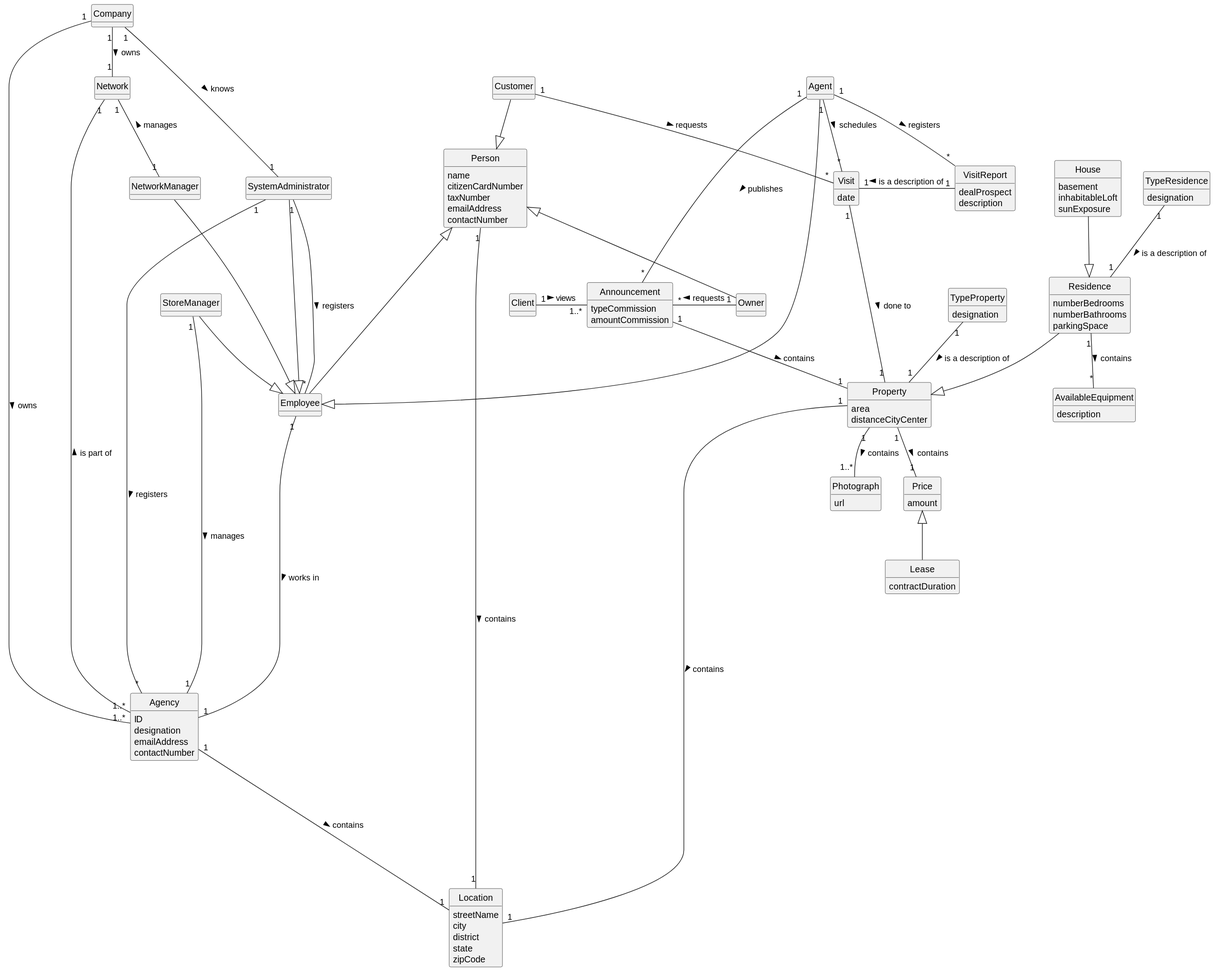
This is docs/sprintB/global-artifacts/02.analysis/svg/project-domain-model.svg from rita-barbosa/LAPR2-2223, a PlantUML export, as it was before one commit. Source of this version:
```plantuml
@startuml
skinparam monochrome true
skinparam packageStyle rectangle
skinparam shadowing false
skinparam classAttributeIconSize 0
hide circle
hide methods


class Company {
}

class SystemAdministrator {
}

class Agency {
ID
designation
emailAddress
contactNumber
}

class Employee {
}

class Person{
name
citizenCardNumber
taxNumber
emailAddress
contactNumber
}


class Owner{
}

class Customer{
}

class Agent{
}

class StoreManager{
}
class NetworkManager{
}
class Announcement{
typeCommission
amountCommission
}

class Visit{
date
}
class VisitReport{
 dealProspect
 description
}
class Property{
 area
 distanceCityCenter
}

class Residence{
 numberBedrooms
 numberBathrooms
 parkingSpace
}
class AvailableEquipment{
description
}
class House{
 basement
 inhabitableLoft
 sunExposure
}
class Network{}
class Client{
}
class TypeProperty{
designation
}
class TypeResidence{
designation
}
class Photograph{
url
}
class Location{
streetName
city
district
state
zipCode
}
class Price{
amount
}
class Lease{
contractDuration
}


Company "1" --- "1..*" Agency : owns >
Company "1" --- "1" SystemAdministrator : knows >
SystemAdministrator --|> Employee
SystemAdministrator "1" --- "*" Employee: registers >
SystemAdministrator "1" -- "*" Agency: registers >
Person  <|--  Employee
Person <|-- Owner
Customer  --|> Person
Agent  ----|> Employee
StoreManager --|> Employee
NetworkManager ---|> Employee
Agent "1" --- "*" Announcement: publishes >
Agent "1" - "*" Visit: schedules >
Customer "1" -- "*" Visit:  requests >
StoreManager "1" -- "1" Agency: manages >
NetworkManager "1" -up- "1" Network: manages >
Agency "1..*" --- "1" Network: is part of >
Company "1" -- "1" Network: owns >
Announcement "1" -- "1" Property: contains >
Announcement "*" - "1" Owner: requests <
Visit "1" -- "1" Property: done to >
Residence  --|>  Property
House --|> Residence
Visit "1" - "1"  VisitReport: is a description of <
Agent "1" -- "*" VisitReport: registers >
Client "1" - "1..*" Announcement: views >
Employee "1" ----- "1" Agency: works in  >
TypeProperty "1" -- "1" Property: is a description of >
TypeResidence "1" -- "1" Residence: is a description of >
Property "1" -- "1..*" Photograph: contains >
Property "1"--"1" Location: contains >
Property "1" -- "1" Price: contains >
Price <|-- Lease
Person "1" ---- "1" Location: contains >
Agency "1" ---- "1" Location: contains >
Residence "1" -- "*"AvailableEquipment: contains >
@enduml
```
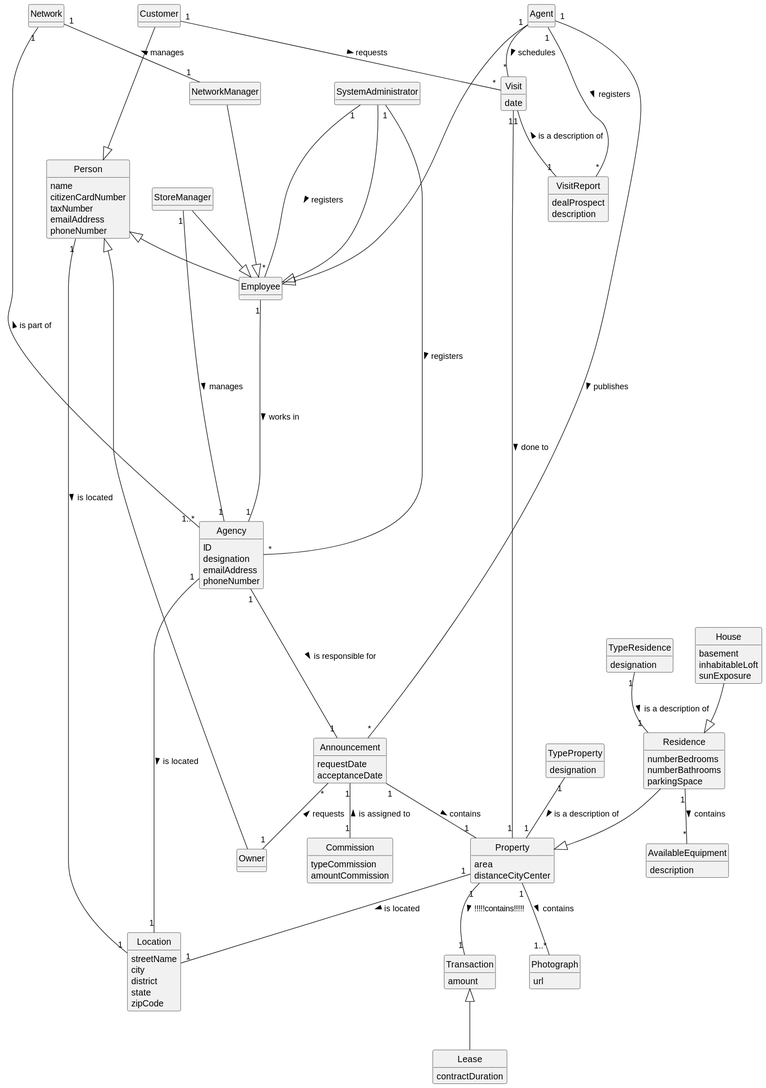
The same file after the commit.

Commit message:
Update of project domain model [Global Artifacts][Analysis]

The edit, as a diff of the source:
```diff
@@ -7,8 +7,6 @@
 hide methods
 
 
-class Company {
-}
 
 class SystemAdministrator {
 }
@@ -17,7 +15,7 @@
 ID
 designation
 emailAddress
-contactNumber
+phoneNumber
 }
 
 class Employee {
@@ -28,7 +26,7 @@
 citizenCardNumber
 taxNumber
 emailAddress
-contactNumber
+phoneNumber
 }
 
 
@@ -46,8 +44,8 @@
 class NetworkManager{
 }
 class Announcement{
-typeCommission
-amountCommission
+requestDate
+acceptanceDate
 }
 
 class Visit{
@@ -76,8 +74,7 @@
  sunExposure
 }
 class Network{}
-class Client{
-}
+
 class TypeProperty{
 designation
 }
@@ -94,48 +91,51 @@
 state
 zipCode
 }
-class Price{
+class Transaction{
 amount
 }
 class Lease{
 contractDuration
 }
+class Commission {
+typeCommission
+amountCommission
+}
 
 
-Company "1" --- "1..*" Agency : owns >
-Company "1" --- "1" SystemAdministrator : knows >
+
 SystemAdministrator --|> Employee
 SystemAdministrator "1" --- "*" Employee: registers >
 SystemAdministrator "1" -- "*" Agency: registers >
 Person  <|--  Employee
 Person <|-- Owner
-Customer  --|> Person
+Customer  ---|> Person
 Agent  ----|> Employee
 StoreManager --|> Employee
 NetworkManager ---|> Employee
-Agent "1" --- "*" Announcement: publishes >
+Agent "1" -- "*" Announcement: publishes >
 Agent "1" - "*" Visit: schedules >
 Customer "1" -- "*" Visit:  requests >
 StoreManager "1" -- "1" Agency: manages >
 NetworkManager "1" -up- "1" Network: manages >
 Agency "1..*" --- "1" Network: is part of >
-Company "1" -- "1" Network: owns >
 Announcement "1" -- "1" Property: contains >
-Announcement "*" - "1" Owner: requests <
+Announcement "*" -- "1" Owner: requests <
 Visit "1" -- "1" Property: done to >
 Residence  --|>  Property
 House --|> Residence
-Visit "1" - "1"  VisitReport: is a description of <
+Visit "1" -- "1"  VisitReport: is a description of <
 Agent "1" -- "*" VisitReport: registers >
-Client "1" - "1..*" Announcement: views >
 Employee "1" ----- "1" Agency: works in  >
 TypeProperty "1" -- "1" Property: is a description of >
 TypeResidence "1" -- "1" Residence: is a description of >
 Property "1" -- "1..*" Photograph: contains >
-Property "1"--"1" Location: contains >
-Property "1" -- "1" Price: contains >
-Price <|-- Lease
-Person "1" ---- "1" Location: contains >
-Agency "1" ---- "1" Location: contains >
+Property "1"--"1" Location: is located  >
+Property "1" -- "1" Transaction: !!!!!contains!!!!! >
+Transaction <|-- Lease
+Person "1" ---- "1" Location: is located >
+Agency "1" ---- "1" Location: is located >
 Residence "1" -- "*"AvailableEquipment: contains >
+Announcement "1" -- "1" Commission: is assigned to <
+Agency "1" --- "1" Announcement: is responsible for >
 @enduml
```
